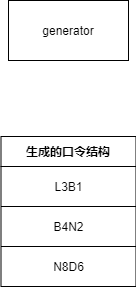
The draw.io diagram seqgan-fill.drawio.png in lakomi/pictures, before a commit. Source tidied: cells renumbered, new cells last; positions are measured from the earlier drawing's top-left corner, leaving out a move shared by most shapes.
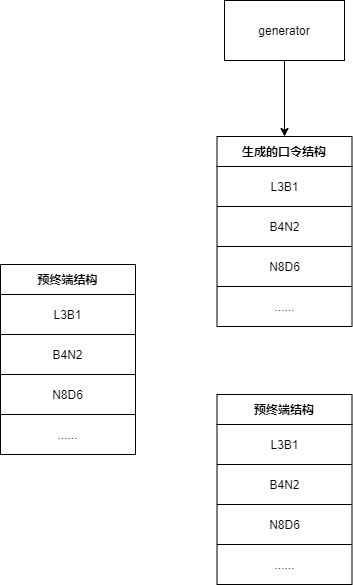
The same file after the commit.

The edit, as a diff of the source:
```diff
@@ -2,11 +2,14 @@
   <root>
     <mxCell id="0" />
     <mxCell id="1" parent="0" />
+    <mxCell id="10" style="edgeStyle=orthogonalEdgeStyle;rounded=0;jettySize=auto;html=1;exitX=0.5;exitY=1;exitDx=0;exitDy=0;" parent="1" edge="1" source="2" target="3">
+      <mxGeometry relative="1" as="geometry" />
+    </mxCell>
     <mxCell id="2" value="generator" style="rounded=0;whiteSpace=wrap;html=1;" parent="1" vertex="1">
       <mxGeometry x="8" width="120" height="60" as="geometry" />
     </mxCell>
     <mxCell id="3" value="生成的口令结构" style="shape=table;startSize=30;fontStyle=1;align=center;" parent="1" vertex="1">
-      <mxGeometry x="0.5" y="136" width="135" height="150" as="geometry" />
+      <mxGeometry x="0.5" y="136" width="135" height="190" as="geometry" />
     </mxCell>
     <mxCell id="4" style="shape=tableRow;horizontal=0;startSize=0;swimlaneHead=0;swimlaneBody=0;top=0;left=0;bottom=0;right=0;fillColor=none;" parent="3" vertex="1">
       <mxGeometry y="30" width="135" height="40" as="geometry" />
@@ -26,5 +29,65 @@
     <mxCell id="9" value="N8D6" style="shape=partialRectangle;html=1;whiteSpace=wrap;fillColor=none;top=0;left=0;bottom=0;right=0;overflow=hidden;" parent="8" vertex="1">
       <mxGeometry width="135" height="40" as="geometry" />
     </mxCell>
+    <mxCell id="11" style="shape=tableRow;horizontal=0;startSize=0;swimlaneHead=0;swimlaneBody=0;top=0;left=0;bottom=0;right=0;fillColor=none;" parent="3" vertex="1">
+      <mxGeometry y="150" width="135" height="40" as="geometry" />
+    </mxCell>
+    <mxCell id="12" value="......" style="shape=partialRectangle;html=1;whiteSpace=wrap;fillColor=none;top=0;left=0;bottom=0;right=0;overflow=hidden;" parent="11" vertex="1">
+      <mxGeometry width="135" height="40" as="geometry" />
+    </mxCell>
+    <mxCell id="13" value="预终端结构" style="shape=table;startSize=30;fontStyle=1;align=center;" parent="1" vertex="1">
+      <mxGeometry x="0.5" y="394" width="135" height="190" as="geometry" />
+    </mxCell>
+    <mxCell id="14" style="shape=tableRow;horizontal=0;startSize=0;swimlaneHead=0;swimlaneBody=0;top=0;left=0;bottom=0;right=0;fillColor=none;" parent="13" vertex="1">
+      <mxGeometry y="30" width="135" height="40" as="geometry" />
+    </mxCell>
+    <mxCell id="15" value="L3B1" style="shape=partialRectangle;html=1;whiteSpace=wrap;fillColor=none;top=0;left=0;bottom=0;right=0;overflow=hidden;" parent="14" vertex="1">
+      <mxGeometry width="135" height="40" as="geometry" />
+    </mxCell>
+    <mxCell id="16" style="shape=tableRow;horizontal=0;startSize=0;swimlaneHead=0;swimlaneBody=0;top=0;left=0;bottom=0;right=0;fillColor=none;" parent="13" vertex="1">
+      <mxGeometry y="70" width="135" height="40" as="geometry" />
+    </mxCell>
+    <mxCell id="17" value="B4N2" style="shape=partialRectangle;html=1;whiteSpace=wrap;fillColor=none;top=0;left=0;bottom=0;right=0;overflow=hidden;" parent="16" vertex="1">
+      <mxGeometry width="135" height="40" as="geometry" />
+    </mxCell>
+    <mxCell id="18" style="shape=tableRow;horizontal=0;startSize=0;swimlaneHead=0;swimlaneBody=0;top=0;left=0;bottom=0;right=0;fillColor=none;" parent="13" vertex="1">
+      <mxGeometry y="110" width="135" height="40" as="geometry" />
+    </mxCell>
+    <mxCell id="19" value="N8D6" style="shape=partialRectangle;html=1;whiteSpace=wrap;fillColor=none;top=0;left=0;bottom=0;right=0;overflow=hidden;" parent="18" vertex="1">
+      <mxGeometry width="135" height="40" as="geometry" />
+    </mxCell>
+    <mxCell id="20" style="shape=tableRow;horizontal=0;startSize=0;swimlaneHead=0;swimlaneBody=0;top=0;left=0;bottom=0;right=0;fillColor=none;" parent="13" vertex="1">
+      <mxGeometry y="150" width="135" height="40" as="geometry" />
+    </mxCell>
+    <mxCell id="21" value="......" style="shape=partialRectangle;html=1;whiteSpace=wrap;fillColor=none;top=0;left=0;bottom=0;right=0;overflow=hidden;" parent="20" vertex="1">
+      <mxGeometry width="135" height="40" as="geometry" />
+    </mxCell>
+    <mxCell id="22" value="预终端结构" style="shape=table;startSize=30;fontStyle=1;align=center;" parent="1" vertex="1">
+      <mxGeometry x="-216" y="264" width="135" height="190" as="geometry" />
+    </mxCell>
+    <mxCell id="23" style="shape=tableRow;horizontal=0;startSize=0;swimlaneHead=0;swimlaneBody=0;top=0;left=0;bottom=0;right=0;fillColor=none;" parent="22" vertex="1">
+      <mxGeometry y="30" width="135" height="40" as="geometry" />
+    </mxCell>
+    <mxCell id="24" value="L3B1" style="shape=partialRectangle;html=1;whiteSpace=wrap;fillColor=none;top=0;left=0;bottom=0;right=0;overflow=hidden;" parent="23" vertex="1">
+      <mxGeometry width="135" height="40" as="geometry" />
+    </mxCell>
+    <mxCell id="25" style="shape=tableRow;horizontal=0;startSize=0;swimlaneHead=0;swimlaneBody=0;top=0;left=0;bottom=0;right=0;fillColor=none;" parent="22" vertex="1">
+      <mxGeometry y="70" width="135" height="40" as="geometry" />
+    </mxCell>
+    <mxCell id="26" value="B4N2" style="shape=partialRectangle;html=1;whiteSpace=wrap;fillColor=none;top=0;left=0;bottom=0;right=0;overflow=hidden;" parent="25" vertex="1">
+      <mxGeometry width="135" height="40" as="geometry" />
+    </mxCell>
+    <mxCell id="27" style="shape=tableRow;horizontal=0;startSize=0;swimlaneHead=0;swimlaneBody=0;top=0;left=0;bottom=0;right=0;fillColor=none;" parent="22" vertex="1">
+      <mxGeometry y="110" width="135" height="40" as="geometry" />
+    </mxCell>
+    <mxCell id="28" value="N8D6" style="shape=partialRectangle;html=1;whiteSpace=wrap;fillColor=none;top=0;left=0;bottom=0;right=0;overflow=hidden;" parent="27" vertex="1">
+      <mxGeometry width="135" height="40" as="geometry" />
+    </mxCell>
+    <mxCell id="29" style="shape=tableRow;horizontal=0;startSize=0;swimlaneHead=0;swimlaneBody=0;top=0;left=0;bottom=0;right=0;fillColor=none;" parent="22" vertex="1">
+      <mxGeometry y="150" width="135" height="40" as="geometry" />
+    </mxCell>
+    <mxCell id="30" value="......" style="shape=partialRectangle;html=1;whiteSpace=wrap;fillColor=none;top=0;left=0;bottom=0;right=0;overflow=hidden;" parent="29" vertex="1">
+      <mxGeometry width="135" height="40" as="geometry" />
+    </mxCell>
   </root>
 </mxGraphModel>
```
